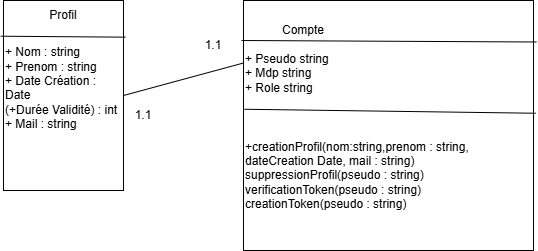
Earlier version of the draw.io export Documents/projetKanbanSql.png (Ray-an2/Kanban-RE). Source tidied: cells renumbered, new cells last; positions are measured from the earlier drawing's top-left corner, leaving out a move shared by most shapes.
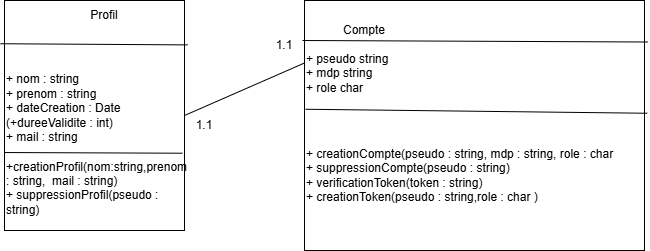
The same file after the commit.

Commit message:
Correction UML user 4

Change to the diagram source:
```diff
@@ -3,24 +3,24 @@
     <mxCell id="0" />
     <mxCell id="1" parent="0" />
     <mxCell id="2" style="rounded=0;whiteSpace=wrap;html=1;" parent="1" vertex="1">
-      <mxGeometry x="240" width="290" height="250" as="geometry" />
+      <mxGeometry x="240" width="340" height="250" as="geometry" />
     </mxCell>
     <mxCell id="3" value="Compte" style="text;html=1;whiteSpace=wrap;strokeColor=none;fillColor=none;align=center;verticalAlign=middle;rounded=0;" parent="1" vertex="1">
       <mxGeometry x="270" y="15" width="60" height="30" as="geometry" />
     </mxCell>
-    <mxCell id="4" value="+ Nom : string&lt;div&gt;+ Prenom : string&lt;/div&gt;&lt;div&gt;+ Date Création : Date&lt;/div&gt;&lt;div&gt;(+Durée Validité) : int&lt;/div&gt;&lt;div&gt;+ Mail : string&lt;/div&gt;&lt;div&gt;&lt;br&gt;&lt;/div&gt;" style="rounded=0;whiteSpace=wrap;html=1;align=left;" parent="1" vertex="1">
-      <mxGeometry width="120" height="190" as="geometry" />
+    <mxCell id="4" value="+ nom : string&lt;div&gt;+ prenom : string&lt;/div&gt;&lt;div&gt;+ dateCreation : Date&lt;/div&gt;&lt;div&gt;(+dureeValidite : int)&lt;/div&gt;&lt;div&gt;+ mail : string&lt;/div&gt;&lt;div&gt;&lt;br&gt;&lt;/div&gt;" style="rounded=0;whiteSpace=wrap;html=1;align=left;" parent="1" vertex="1">
+      <mxGeometry x="-60" width="180" height="230" as="geometry" />
     </mxCell>
     <mxCell id="5" value="Profil" style="text;html=1;whiteSpace=wrap;strokeColor=none;fillColor=none;align=center;verticalAlign=middle;rounded=0;" parent="1" vertex="1">
-      <mxGeometry x="30" width="60" height="30" as="geometry" />
+      <mxGeometry x="10" width="60" height="30" as="geometry" />
     </mxCell>
     <mxCell id="6" value="1.1" style="text;html=1;whiteSpace=wrap;strokeColor=none;fillColor=none;align=center;verticalAlign=middle;rounded=0;" parent="1" vertex="1">
-      <mxGeometry x="180" y="30" width="60" height="30" as="geometry" />
+      <mxGeometry x="190" y="30" width="60" height="30" as="geometry" />
     </mxCell>
     <mxCell id="7" value="1.1" style="text;html=1;whiteSpace=wrap;strokeColor=none;fillColor=none;align=center;verticalAlign=middle;rounded=0;" parent="1" vertex="1">
-      <mxGeometry x="110" y="100" width="60" height="30" as="geometry" />
+      <mxGeometry x="110" y="110" width="60" height="30" as="geometry" />
     </mxCell>
-    <mxCell id="8" value="&lt;div style=&quot;&quot;&gt;&lt;span style=&quot;background-color: transparent; color: light-dark(rgb(0, 0, 0), rgb(255, 255, 255));&quot;&gt;+ Pseudo string&lt;/span&gt;&lt;/div&gt;&lt;div style=&quot;&quot;&gt;+ Mdp string&lt;/div&gt;&lt;div style=&quot;&quot;&gt;+ Role string&lt;/div&gt;" style="text;html=1;whiteSpace=wrap;strokeColor=none;fillColor=none;align=left;verticalAlign=middle;rounded=0;" parent="1" vertex="1">
+    <mxCell id="8" value="&lt;div style=&quot;&quot;&gt;&lt;span style=&quot;background-color: transparent; color: light-dark(rgb(0, 0, 0), rgb(255, 255, 255));&quot;&gt;+ pseudo string&lt;/span&gt;&lt;/div&gt;&lt;div style=&quot;&quot;&gt;+ mdp string&lt;/div&gt;&lt;div style=&quot;&quot;&gt;+ role char&lt;/div&gt;" style="text;html=1;whiteSpace=wrap;strokeColor=none;fillColor=none;align=left;verticalAlign=middle;rounded=0;" parent="1" vertex="1">
       <mxGeometry x="240" y="45" width="200" height="55" as="geometry" />
     </mxCell>
     <mxCell id="9" style="endArrow=none;html=1;rounded=0;exitX=-0.023;exitY=0.188;exitDx=0;exitDy=0;exitPerimeter=0;entryX=1.017;entryY=0.193;entryDx=0;entryDy=0;entryPerimeter=0;" parent="1" edge="1" source="4" target="4">
@@ -37,8 +37,14 @@
     <mxCell id="12" style="endArrow=none;html=1;rounded=0;exitX=0.003;exitY=0.435;exitDx=0;exitDy=0;exitPerimeter=0;entryX=1.008;entryY=0.451;entryDx=0;entryDy=0;entryPerimeter=0;" parent="1" edge="1" source="2" target="2">
       <mxGeometry relative="1" as="geometry" />
     </mxCell>
-    <mxCell id="13" value="+creationProfil(nom:string,prenom : string, dateCreation Date, mail : string)&lt;div&gt;suppressionProfil(pseudo : string)&lt;/div&gt;&lt;div&gt;verificationToken(pseudo : string)&lt;/div&gt;&lt;div&gt;creationToken(pseudo : string)&lt;/div&gt;" style="text;html=1;whiteSpace=wrap;strokeColor=none;fillColor=none;align=left;verticalAlign=middle;rounded=0;" parent="1" vertex="1">
-      <mxGeometry x="240" y="110" width="290" height="130" as="geometry" />
+    <mxCell id="13" value="&lt;div&gt;+ creationCompte(pseudo : string, mdp : string, role : char&lt;/div&gt;&lt;div&gt;&lt;div&gt;+ suppressionCompte(pseudo : string)&lt;/div&gt;&lt;/div&gt;&lt;div&gt;&lt;span style=&quot;background-color: transparent; color: light-dark(rgb(0, 0, 0), rgb(255, 255, 255));&quot;&gt;+ verificationToken(token : string)&lt;/span&gt;&lt;/div&gt;&lt;div&gt;+ creationToken(pseudo : string,role : char )&lt;/div&gt;" style="text;html=1;whiteSpace=wrap;strokeColor=none;fillColor=none;align=left;verticalAlign=middle;rounded=0;" parent="1" vertex="1">
+      <mxGeometry x="240" y="110" width="340" height="130" as="geometry" />
     </mxCell>
+    <mxCell id="14" style="endArrow=none;html=1;rounded=0;exitX=0.002;exitY=0.661;exitDx=0;exitDy=0;entryX=0.989;entryY=0.664;entryDx=0;entryDy=0;exitPerimeter=0;entryPerimeter=0;" parent="1" edge="1" source="4" target="4">
+      <mxGeometry relative="1" as="geometry" />
+    </mxCell>
+    <mxCell id="15" value="&lt;span style=&quot;&quot;&gt;+creationProfil(nom:string,prenom : string,&amp;nbsp; mail : string)&lt;/span&gt;&lt;div&gt;&lt;div style=&quot;&quot;&gt;+ suppressionProfil(pseudo : string)&lt;/div&gt;&lt;/div&gt;&lt;div&gt;&lt;br&gt;&lt;/div&gt;" style="text;html=1;whiteSpace=wrap;strokeColor=none;fillColor=none;align=left;verticalAlign=middle;rounded=0;" parent="1" vertex="1">
+      <mxGeometry x="-60" y="170" width="180" height="50" as="geometry" />
+    </mxCell>
   </root>
 </mxGraphModel>
```
